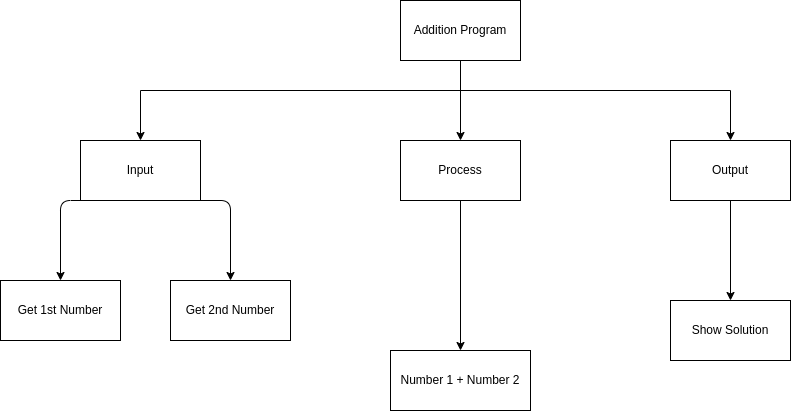
Above: design.png in Ethan-Prieur1/ICS3U-Unit3-01-Python (draw.io), before the change. Source tidied: cells renumbered, new cells last; positions are measured from the earlier drawing's top-left corner, leaving out a move shared by most shapes. The source it was exported from:
```xml
<mxGraphModel>
  <root>
    <mxCell id="0" />
    <mxCell id="1" parent="0" />
    <mxCell id="2" style="edgeStyle=none;html=1;entryX=0.5;entryY=0;entryDx=0;entryDy=0;jumpStyle=line;" parent="1" edge="1" target="10">
      <mxGeometry relative="1" as="geometry">
        <mxPoint x="460" y="60" as="sourcePoint" />
      </mxGeometry>
    </mxCell>
    <mxCell id="3" style="edgeStyle=orthogonalEdgeStyle;rounded=0;jumpStyle=line;html=1;entryX=0.5;entryY=0;entryDx=0;entryDy=0;" parent="1" edge="1" source="5" target="8">
      <mxGeometry relative="1" as="geometry">
        <Array as="points">
          <mxPoint x="460" y="90" />
          <mxPoint x="140" y="90" />
        </Array>
      </mxGeometry>
    </mxCell>
    <mxCell id="4" style="edgeStyle=orthogonalEdgeStyle;shape=connector;rounded=0;jumpStyle=line;html=1;labelBackgroundColor=default;fontFamily=Helvetica;fontSize=11;fontColor=default;endArrow=classic;strokeColor=default;" parent="1" edge="1" source="5" target="12">
      <mxGeometry relative="1" as="geometry">
        <Array as="points">
          <mxPoint x="460" y="90" />
          <mxPoint x="730" y="90" />
        </Array>
      </mxGeometry>
    </mxCell>
    <mxCell id="5" value="Addition Program" style="rounded=0;whiteSpace=wrap;html=1;" parent="1" vertex="1">
      <mxGeometry x="400" width="120" height="60" as="geometry" />
    </mxCell>
    <mxCell id="6" style="edgeStyle=none;html=1;exitX=0.5;exitY=1;exitDx=0;exitDy=0;entryX=0.5;entryY=0;entryDx=0;entryDy=0;" parent="1" edge="1" source="8" target="13">
      <mxGeometry relative="1" as="geometry">
        <Array as="points">
          <mxPoint x="60" y="200" />
        </Array>
      </mxGeometry>
    </mxCell>
    <mxCell id="7" style="edgeStyle=none;html=1;exitX=1;exitY=1;exitDx=0;exitDy=0;entryX=0.5;entryY=0;entryDx=0;entryDy=0;" parent="1" edge="1" source="8" target="15">
      <mxGeometry relative="1" as="geometry">
        <Array as="points">
          <mxPoint x="230" y="200" />
        </Array>
      </mxGeometry>
    </mxCell>
    <mxCell id="8" value="Input" style="rounded=0;whiteSpace=wrap;html=1;" parent="1" vertex="1">
      <mxGeometry x="80" y="140" width="120" height="60" as="geometry" />
    </mxCell>
    <mxCell id="9" style="edgeStyle=none;html=1;exitX=0.5;exitY=1;exitDx=0;exitDy=0;entryX=0.5;entryY=0;entryDx=0;entryDy=0;" parent="1" edge="1" source="10" target="16">
      <mxGeometry relative="1" as="geometry" />
    </mxCell>
    <mxCell id="10" value="Process" style="rounded=0;whiteSpace=wrap;html=1;" parent="1" vertex="1">
      <mxGeometry x="400" y="140" width="120" height="60" as="geometry" />
    </mxCell>
    <mxCell id="11" style="edgeStyle=none;html=1;exitX=0.5;exitY=1;exitDx=0;exitDy=0;entryX=0.5;entryY=0;entryDx=0;entryDy=0;rounded=0;" parent="1" edge="1" source="12" target="14">
      <mxGeometry relative="1" as="geometry" />
    </mxCell>
    <mxCell id="12" value="Output" style="rounded=0;whiteSpace=wrap;html=1;" parent="1" vertex="1">
      <mxGeometry x="670" y="140" width="120" height="60" as="geometry" />
    </mxCell>
    <mxCell id="13" value="Get 1st Number" style="rounded=0;whiteSpace=wrap;html=1;" parent="1" vertex="1">
      <mxGeometry y="280" width="120" height="60" as="geometry" />
    </mxCell>
    <mxCell id="14" value="Show Solution" style="rounded=0;whiteSpace=wrap;html=1;" parent="1" vertex="1">
      <mxGeometry x="670" y="300" width="120" height="60" as="geometry" />
    </mxCell>
    <mxCell id="15" value="Get 2nd Number" style="rounded=0;whiteSpace=wrap;html=1;" parent="1" vertex="1">
      <mxGeometry x="170" y="280" width="120" height="60" as="geometry" />
    </mxCell>
    <mxCell id="16" value="Number 1 + Number 2" style="rounded=0;whiteSpace=wrap;html=1;" parent="1" vertex="1">
      <mxGeometry x="390" y="350" width="140" height="60" as="geometry" />
    </mxCell>
  </root>
</mxGraphModel>
```
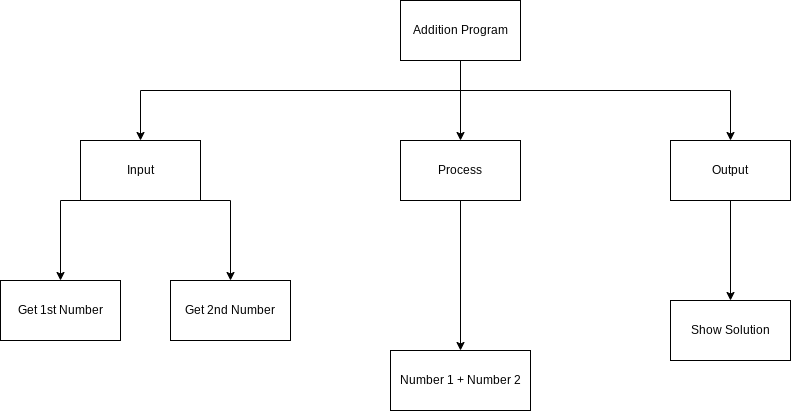
Later version of the same file.

What changed in the source:
```diff
@@ -26,14 +26,14 @@
     <mxCell id="5" value="Addition Program" style="rounded=0;whiteSpace=wrap;html=1;" parent="1" vertex="1">
       <mxGeometry x="400" width="120" height="60" as="geometry" />
     </mxCell>
-    <mxCell id="6" style="edgeStyle=none;html=1;exitX=0.5;exitY=1;exitDx=0;exitDy=0;entryX=0.5;entryY=0;entryDx=0;entryDy=0;" parent="1" edge="1" source="8" target="13">
+    <mxCell id="6" style="edgeStyle=none;html=1;exitX=0.5;exitY=1;exitDx=0;exitDy=0;entryX=0.5;entryY=0;entryDx=0;entryDy=0;rounded=0;" parent="1" edge="1" source="8" target="13">
       <mxGeometry relative="1" as="geometry">
         <Array as="points">
           <mxPoint x="60" y="200" />
         </Array>
       </mxGeometry>
     </mxCell>
-    <mxCell id="7" style="edgeStyle=none;html=1;exitX=1;exitY=1;exitDx=0;exitDy=0;entryX=0.5;entryY=0;entryDx=0;entryDy=0;" parent="1" edge="1" source="8" target="15">
+    <mxCell id="7" style="edgeStyle=none;html=1;exitX=1;exitY=1;exitDx=0;exitDy=0;entryX=0.5;entryY=0;entryDx=0;entryDy=0;rounded=0;" parent="1" edge="1" source="8" target="15">
       <mxGeometry relative="1" as="geometry">
         <Array as="points">
           <mxPoint x="230" y="200" />
```
